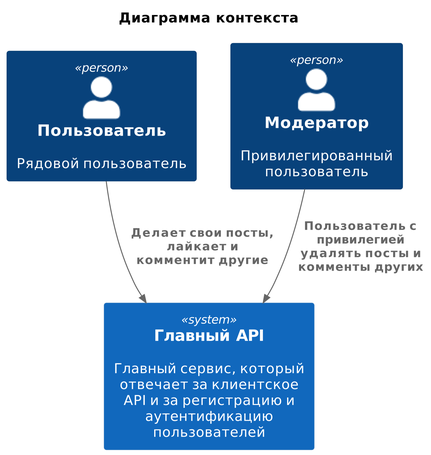
Before: doc/c4-context.png, a diagram exported from PlantUML (ramses44/soa-project). Its source is kept beside it as doc/C4-context.puml. Source of this version:
```plantuml
@startuml Context_diagram
!include https://raw.githubusercontent.com/plantuml-stdlib/C4-PlantUML/master/C4_Context.puml

title Диаграмма контекста

Person(user, "Пользователь", "Рядовой пользователь")
Person(moder, "Модератор", "Привилегированный пользователь")

System(gateway, "Главный API", "Главный сервис, который отвечает за клиентское API и за регистрацию и аутентификацию пользователей")

Rel(user, gateway, "Делает свои посты, лайкает и комментит другие")
Rel(moder, gateway, "Пользователь с привилегией удалять посты и комменты других")

@enduml
```
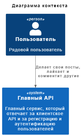
Above is the later version.

What changed in the source:
```diff
@@ -4,11 +4,9 @@
 title Диаграмма контекста
 
 Person(user, "Пользователь", "Рядовой пользователь")
-Person(moder, "Модератор", "Привилегированный пользователь")
 
 System(gateway, "Главный API", "Главный сервис, который отвечает за клиентское API и за регистрацию и аутентификацию пользователей")
 
 Rel(user, gateway, "Делает свои посты, лайкает и комментит другие")
-Rel(moder, gateway, "Пользователь с привилегией удалять посты и комменты других")
 
 @enduml
```
